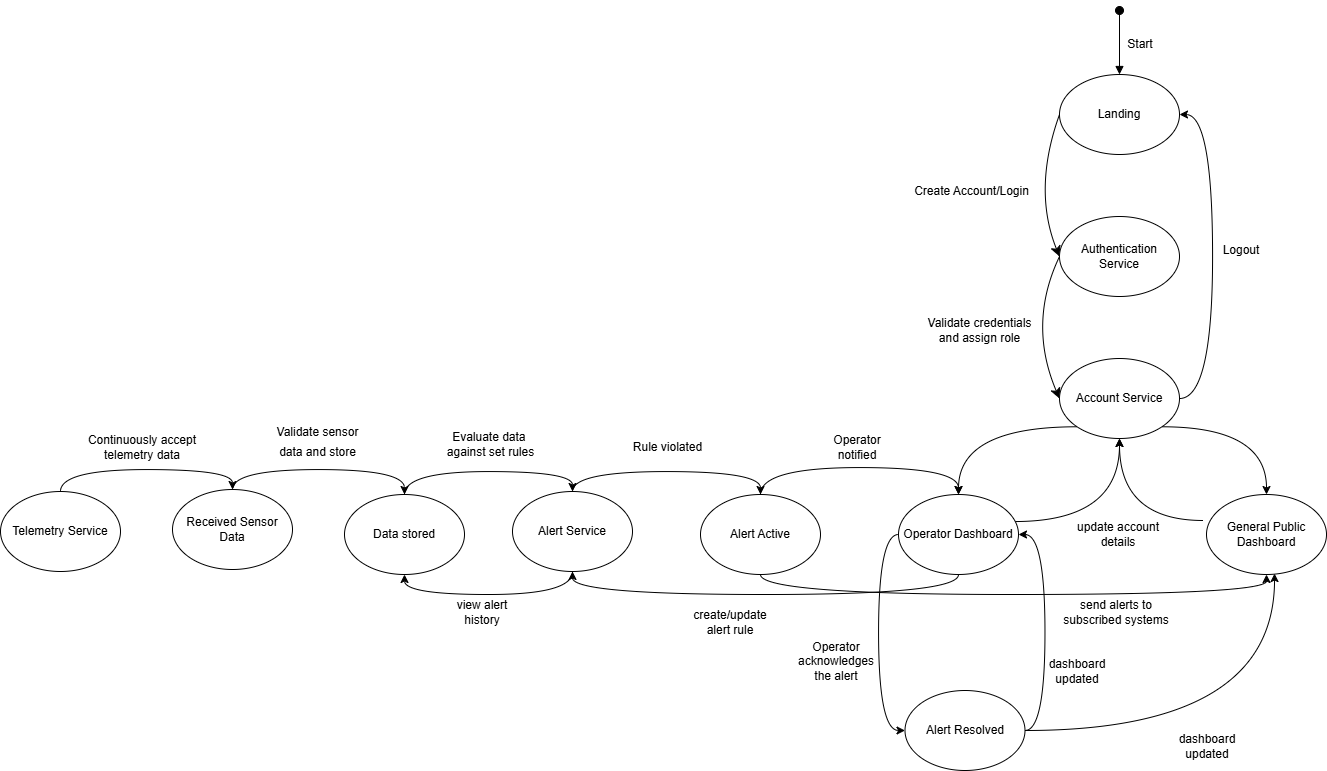
This is deliverable 1/StateDiagram.drawio.png from rv810/3A04-T02-Team3, a draw.io export, as it was before one commit. Source tidied: cells renumbered, new cells last; positions are measured from the earlier drawing's top-left corner, leaving out a move shared by most shapes.
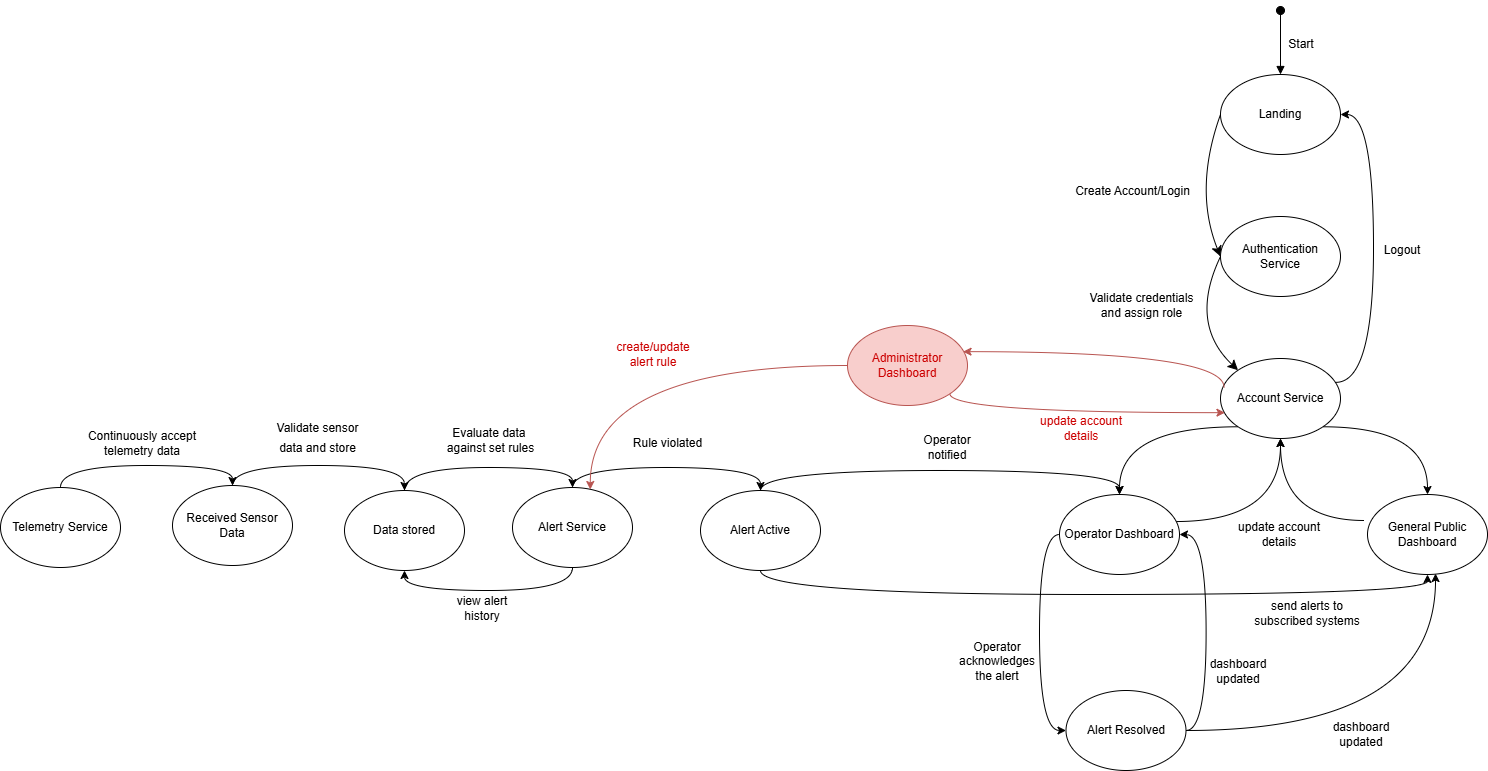
After the commit.

The edit, as a diff of the source:
```diff
@@ -12,7 +12,7 @@
     <mxCell id="3" value="Landing" style="ellipse;whiteSpace=wrap;html=1;" parent="1" vertex="1">
       <mxGeometry x="1059" y="64" width="120" height="80" as="geometry" />
     </mxCell>
-    <mxCell id="4" style="edgeStyle=none;curved=1;rounded=0;jettySize=auto;html=1;exitX=0;exitY=0.5;exitDx=0;exitDy=0;entryX=0;entryY=0.5;entryDx=0;entryDy=0;fontSize=12;startSize=8;endSize=8;" parent="1" edge="1" source="5" target="9">
+    <mxCell id="4" style="edgeStyle=none;curved=1;rounded=0;jettySize=auto;html=1;exitX=0;exitY=0.5;exitDx=0;exitDy=0;fontSize=12;startSize=8;endSize=8;entryX=0;entryY=0;entryDx=0;entryDy=0;" parent="1" edge="1" source="5" target="9">
       <mxGeometry relative="1" as="geometry">
         <Array as="points">
           <mxPoint x="1027" y="313" />
@@ -28,10 +28,10 @@
     <mxCell id="7" style="edgeStyle=orthogonalEdgeStyle;rounded=0;jettySize=auto;html=1;exitX=1;exitY=1;exitDx=0;exitDy=0;entryX=0.5;entryY=0;entryDx=0;entryDy=0;curved=1;" parent="1" edge="1" source="9" target="25">
       <mxGeometry relative="1" as="geometry" />
     </mxCell>
-    <mxCell id="8" style="edgeStyle=orthogonalEdgeStyle;rounded=0;jettySize=auto;html=1;exitX=1;exitY=0.5;exitDx=0;exitDy=0;entryX=1;entryY=0.5;entryDx=0;entryDy=0;curved=1;" parent="1" edge="1" source="9" target="3">
+    <mxCell id="8" style="edgeStyle=orthogonalEdgeStyle;rounded=0;jettySize=auto;html=1;exitX=0.962;exitY=0.298;exitDx=0;exitDy=0;entryX=1;entryY=0.5;entryDx=0;entryDy=0;curved=1;exitPerimeter=0;" parent="1" edge="1" source="9" target="3">
       <mxGeometry relative="1" as="geometry">
         <Array as="points">
-          <mxPoint x="1212" y="388" />
+          <mxPoint x="1212" y="372" />
           <mxPoint x="1212" y="104" />
         </Array>
       </mxGeometry>
@@ -45,9 +45,6 @@
     <mxCell id="11" style="edgeStyle=orthogonalEdgeStyle;rounded=0;jettySize=auto;html=1;exitX=0;exitY=0.5;exitDx=0;exitDy=0;entryX=0;entryY=0.5;entryDx=0;entryDy=0;curved=1;" parent="1" edge="1" source="13" target="34">
       <mxGeometry relative="1" as="geometry" />
     </mxCell>
-    <mxCell id="12" style="edgeStyle=orthogonalEdgeStyle;rounded=0;jettySize=auto;html=1;exitX=0.5;exitY=1;exitDx=0;exitDy=0;entryX=0.5;entryY=1;entryDx=0;entryDy=0;curved=1;" parent="1" edge="1" source="13" target="23">
-      <mxGeometry relative="1" as="geometry" />
-    </mxCell>
     <mxCell id="13" value="Operator Dashboard" style="ellipse;whiteSpace=wrap;html=1;" parent="1" vertex="1">
       <mxGeometry x="898" y="484" width="120" height="80" as="geometry" />
     </mxCell>
@@ -55,22 +52,22 @@
       <mxGeometry x="904.5" y="168" width="133" height="26" as="geometry" />
     </mxCell>
     <mxCell id="15" value="Validate credentials&lt;div&gt;and assign role&lt;/div&gt;" style="text;html=1;align=center;verticalAlign=middle;strokeColor=none;fillColor=none;fontSize=12;" parent="1" vertex="1">
-      <mxGeometry x="918" y="299" width="122" height="41" as="geometry" />
+      <mxGeometry x="919" y="274" width="122" height="41" as="geometry" />
     </mxCell>
     <mxCell id="16" style="edgeStyle=orthogonalEdgeStyle;rounded=0;jettySize=auto;html=1;exitX=0.5;exitY=0;exitDx=0;exitDy=0;entryX=0.5;entryY=0;entryDx=0;entryDy=0;curved=1;" parent="1" edge="1" source="17" target="42">
       <mxGeometry relative="1" as="geometry" />
     </mxCell>
     <mxCell id="17" value="Telemetry Service" style="ellipse;whiteSpace=wrap;html=1;" parent="1" vertex="1">
-      <mxGeometry y="481" width="120" height="80" as="geometry" />
+      <mxGeometry x="-161" y="477" width="120" height="80" as="geometry" />
     </mxCell>
     <mxCell id="18" style="edgeStyle=orthogonalEdgeStyle;rounded=0;jettySize=auto;html=1;exitX=0.5;exitY=0;exitDx=0;exitDy=0;entryX=0.5;entryY=0;entryDx=0;entryDy=0;curved=1;" parent="1" edge="1" source="19" target="23">
       <mxGeometry relative="1" as="geometry" />
     </mxCell>
     <mxCell id="19" value="Data stored" style="ellipse;whiteSpace=wrap;html=1;" parent="1" vertex="1">
-      <mxGeometry x="344" y="484" width="120" height="80" as="geometry" />
+      <mxGeometry x="183" y="480" width="120" height="80" as="geometry" />
     </mxCell>
     <mxCell id="20" value="&lt;font style=&quot;font-size: 12px;&quot;&gt;Validate sensor data and store&lt;/font&gt;" style="text;strokeColor=none;align=center;fillColor=none;html=1;verticalAlign=middle;whiteSpace=wrap;rounded=0;fontSize=16;" parent="1" vertex="1">
-      <mxGeometry x="265" y="415" width="105.2" height="30" as="geometry" />
+      <mxGeometry x="104" y="411" width="105.2" height="30" as="geometry" />
     </mxCell>
     <mxCell id="21" style="edgeStyle=orthogonalEdgeStyle;rounded=0;jettySize=auto;html=1;exitX=0.5;exitY=1;exitDx=0;exitDy=0;entryX=0.5;entryY=1;entryDx=0;entryDy=0;curved=1;" parent="1" edge="1" source="23" target="19">
       <mxGeometry relative="1" as="geometry" />
@@ -79,7 +76,7 @@
       <mxGeometry relative="1" as="geometry" />
     </mxCell>
     <mxCell id="23" value="Alert Service" style="ellipse;whiteSpace=wrap;html=1;" parent="1" vertex="1">
-      <mxGeometry x="512" y="481" width="120" height="80" as="geometry" />
+      <mxGeometry x="351" y="477" width="120" height="80" as="geometry" />
     </mxCell>
     <mxCell id="24" style="edgeStyle=orthogonalEdgeStyle;rounded=0;jettySize=auto;html=1;exitX=-0.025;exitY=0.325;exitDx=0;exitDy=0;entryX=0.5;entryY=1;entryDx=0;entryDy=0;curved=1;exitPerimeter=0;" parent="1" edge="1" source="25" target="9">
       <mxGeometry relative="1" as="geometry" />
@@ -91,27 +88,22 @@
       <mxGeometry x="1072.5" y="509" width="90" height="30" as="geometry" />
     </mxCell>
     <mxCell id="27" value="&lt;span style=&quot;text-wrap-mode: nowrap;&quot;&gt;&lt;font&gt;Evaluate data&amp;nbsp;&lt;/font&gt;&lt;/span&gt;&lt;div&gt;&lt;span style=&quot;text-wrap-mode: nowrap;&quot;&gt;&lt;font&gt;against set rules&lt;/font&gt;&lt;/span&gt;&lt;/div&gt;" style="text;html=1;whiteSpace=wrap;strokeColor=none;fillColor=none;align=center;verticalAlign=middle;rounded=0;" parent="1" vertex="1">
-      <mxGeometry x="431" y="419" width="119" height="30" as="geometry" />
+      <mxGeometry x="270" y="415" width="119" height="30" as="geometry" />
     </mxCell>
+    <mxCell id="29" style="edgeStyle=orthogonalEdgeStyle;rounded=0;jettySize=auto;html=1;exitX=0.5;exitY=1;exitDx=0;exitDy=0;entryX=0.5;entryY=1;entryDx=0;entryDy=0;curved=1;" parent="1" edge="1" source="30" target="25">
+      <mxGeometry relative="1" as="geometry" />
+    </mxCell>
     <mxCell id="28" style="edgeStyle=orthogonalEdgeStyle;rounded=0;jettySize=auto;html=1;exitX=0.5;exitY=0;exitDx=0;exitDy=0;entryX=0.5;entryY=0;entryDx=0;entryDy=0;curved=1;" parent="1" edge="1" source="30" target="13">
-      <mxGeometry relative="1" as="geometry">
-        <Array as="points">
-          <mxPoint x="760" y="457" />
-          <mxPoint x="958" y="457" />
-        </Array>
-      </mxGeometry>
+      <mxGeometry relative="1" as="geometry" />
     </mxCell>
-    <mxCell id="29" style="edgeStyle=orthogonalEdgeStyle;rounded=0;jettySize=auto;html=1;exitX=0.5;exitY=1;exitDx=0;exitDy=0;entryX=0.5;entryY=1;entryDx=0;entryDy=0;curved=1;" parent="1" edge="1" source="30" target="25">
-      <mxGeometry relative="1" as="geometry" />
-    </mxCell>
     <mxCell id="30" value="Alert Active" style="ellipse;whiteSpace=wrap;html=1;" parent="1" vertex="1">
-      <mxGeometry x="700" y="484" width="120" height="80" as="geometry" />
+      <mxGeometry x="539" y="480" width="120" height="80" as="geometry" />
     </mxCell>
     <mxCell id="31" value="&lt;span style=&quot;text-wrap-mode: nowrap;&quot;&gt;&lt;font&gt;Rule violated&lt;/font&gt;&lt;/span&gt;" style="text;html=1;whiteSpace=wrap;strokeColor=none;fillColor=none;align=center;verticalAlign=middle;rounded=0;" parent="1" vertex="1">
-      <mxGeometry x="608" y="422" width="119" height="30" as="geometry" />
+      <mxGeometry x="447" y="418" width="119" height="30" as="geometry" />
     </mxCell>
     <mxCell id="32" value="Operator notified" style="text;html=1;whiteSpace=wrap;strokeColor=none;fillColor=none;align=center;verticalAlign=middle;rounded=0;" parent="1" vertex="1">
-      <mxGeometry x="826.5" y="422" width="60" height="30" as="geometry" />
+      <mxGeometry x="756" y="422" width="60" height="30" as="geometry" />
     </mxCell>
     <mxCell id="33" style="edgeStyle=orthogonalEdgeStyle;rounded=0;jettySize=auto;html=1;exitX=1;exitY=0.5;exitDx=0;exitDy=0;entryX=1;entryY=0.5;entryDx=0;entryDy=0;curved=1;" parent="1" edge="1" source="34" target="13">
       <mxGeometry relative="1" as="geometry" />
@@ -126,13 +118,13 @@
       <mxGeometry x="1047" y="646" width="60" height="30" as="geometry" />
     </mxCell>
     <mxCell id="37" value="send alerts to subscribed systems" style="text;html=1;whiteSpace=wrap;strokeColor=none;fillColor=none;align=center;verticalAlign=middle;rounded=0;" parent="1" vertex="1">
-      <mxGeometry x="1059" y="587" width="113.5" height="30" as="geometry" />
+      <mxGeometry x="1089" y="588" width="113.5" height="30" as="geometry" />
     </mxCell>
     <mxCell id="38" style="edgeStyle=orthogonalEdgeStyle;rounded=0;jettySize=auto;html=1;exitX=1;exitY=0.5;exitDx=0;exitDy=0;entryX=0.567;entryY=0.988;entryDx=0;entryDy=0;entryPerimeter=0;curved=1;" parent="1" edge="1" source="34" target="25">
       <mxGeometry relative="1" as="geometry" />
     </mxCell>
     <mxCell id="39" value="dashboard updated" style="text;html=1;whiteSpace=wrap;strokeColor=none;fillColor=none;align=center;verticalAlign=middle;rounded=0;" parent="1" vertex="1">
-      <mxGeometry x="1177" y="721" width="60" height="30" as="geometry" />
+      <mxGeometry x="1170" y="709" width="60" height="30" as="geometry" />
     </mxCell>
     <mxCell id="40" value="Logout" style="text;html=1;whiteSpace=wrap;strokeColor=none;fillColor=none;align=center;verticalAlign=middle;rounded=0;" parent="1" vertex="1">
       <mxGeometry x="1211" y="225" width="60" height="30" as="geometry" />
@@ -141,16 +133,16 @@
       <mxGeometry relative="1" as="geometry" />
     </mxCell>
     <mxCell id="42" value="Received Sensor Data" style="ellipse;whiteSpace=wrap;html=1;" parent="1" vertex="1">
-      <mxGeometry x="172" y="479" width="120" height="80" as="geometry" />
+      <mxGeometry x="11" y="475" width="120" height="80" as="geometry" />
     </mxCell>
-    <mxCell id="43" value="create/update alert rule" style="text;html=1;whiteSpace=wrap;strokeColor=none;fillColor=none;align=center;verticalAlign=middle;rounded=0;" parent="1" vertex="1">
-      <mxGeometry x="700" y="597" width="60" height="30" as="geometry" />
+    <mxCell id="43" value="&lt;font style=&quot;color: rgb(204, 0, 0);&quot;&gt;create/update alert rule&lt;/font&gt;" style="text;html=1;whiteSpace=wrap;strokeColor=none;fillColor=none;align=center;verticalAlign=middle;rounded=0;" parent="1" vertex="1">
+      <mxGeometry x="462" y="329" width="60" height="30" as="geometry" />
     </mxCell>
     <mxCell id="44" value="view alert history" style="text;html=1;whiteSpace=wrap;strokeColor=none;fillColor=none;align=center;verticalAlign=middle;rounded=0;" parent="1" vertex="1">
-      <mxGeometry x="452" y="587" width="60" height="30" as="geometry" />
+      <mxGeometry x="291" y="583" width="60" height="30" as="geometry" />
     </mxCell>
     <mxCell id="45" value="Continuously accept telemetry data" style="text;html=1;whiteSpace=wrap;strokeColor=none;fillColor=none;align=center;verticalAlign=middle;rounded=0;" parent="1" vertex="1">
-      <mxGeometry x="84" y="422" width="116" height="30" as="geometry" />
+      <mxGeometry x="-77" y="418" width="116" height="30" as="geometry" />
     </mxCell>
     <mxCell id="46" style="html=1;verticalAlign=bottom;startArrow=oval;startFill=1;endArrow=block;startSize=8;curved=0;rounded=0;entryX=0.5;entryY=0;entryDx=0;entryDy=0;" parent="1" edge="1" target="3">
       <mxGeometry relative="1" as="geometry">
@@ -160,5 +152,28 @@
     <mxCell id="47" value="Start" style="text;html=1;whiteSpace=wrap;strokeColor=none;fillColor=none;align=center;verticalAlign=middle;rounded=0;" parent="1" vertex="1">
       <mxGeometry x="1110" y="19" width="60" height="30" as="geometry" />
     </mxCell>
+    <mxCell id="48" style="edgeStyle=orthogonalEdgeStyle;rounded=0;jettySize=auto;html=1;exitX=0;exitY=0.5;exitDx=0;exitDy=0;entryX=0.648;entryY=0.025;entryDx=0;entryDy=0;curved=1;entryPerimeter=0;fillColor=#f8cecc;strokeColor=#b85450;" parent="1" edge="1" source="49" target="23">
+      <mxGeometry relative="1" as="geometry" />
+    </mxCell>
+    <mxCell id="49" value="&lt;font style=&quot;color: rgb(204, 0, 0);&quot;&gt;Administrator Dashboard&lt;/font&gt;" style="ellipse;whiteSpace=wrap;html=1;fillColor=#f8cecc;strokeColor=#b85450;" parent="1" vertex="1">
+      <mxGeometry x="686" y="315" width="120" height="80" as="geometry" />
+    </mxCell>
+    <mxCell id="50" style="edgeStyle=orthogonalEdgeStyle;rounded=0;jettySize=auto;html=1;entryX=0.963;entryY=0.327;entryDx=0;entryDy=0;entryPerimeter=0;curved=1;fillColor=#f8cecc;strokeColor=#b85450;exitX=0.03;exitY=0.363;exitDx=0;exitDy=0;exitPerimeter=0;" parent="1" edge="1" source="9" target="49">
+      <mxGeometry relative="1" as="geometry">
+        <Array as="points">
+          <mxPoint x="1063" y="341" />
+        </Array>
+      </mxGeometry>
+    </mxCell>
+    <mxCell id="51" value="&lt;font style=&quot;color: rgb(204, 0, 0);&quot;&gt;update account details&lt;/font&gt;" style="text;html=1;whiteSpace=wrap;strokeColor=none;fillColor=none;align=center;verticalAlign=middle;rounded=0;" parent="1" vertex="1">
+      <mxGeometry x="869" y="403" width="102" height="30" as="geometry" />
+    </mxCell>
+    <mxCell id="52" style="edgeStyle=orthogonalEdgeStyle;rounded=0;jettySize=auto;html=1;exitX=1;exitY=1;exitDx=0;exitDy=0;entryX=0.037;entryY=0.677;entryDx=0;entryDy=0;entryPerimeter=0;curved=1;fillColor=#f8cecc;strokeColor=#b85450;" parent="1" edge="1" source="49" target="9">
+      <mxGeometry relative="1" as="geometry">
+        <Array as="points">
+          <mxPoint x="788" y="402" />
+        </Array>
+      </mxGeometry>
+    </mxCell>
   </root>
 </mxGraphModel>
```
